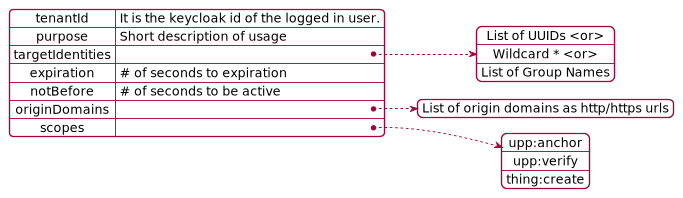
This is DataModel.png from ubirch/ubirch-token-manager, a PlantUML export, as it was before one commit.
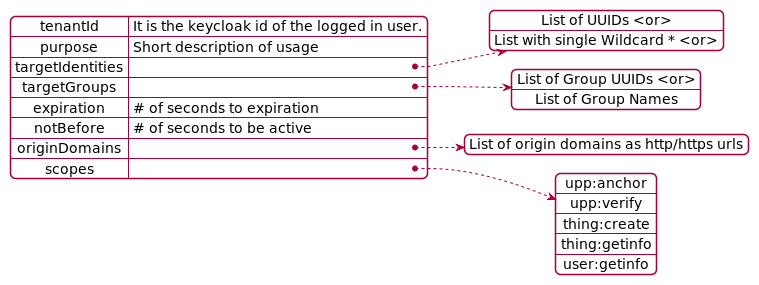
After the commit.

Change to the diagram source:
```diff
@@ -2,10 +2,17 @@
 {
   "tenantId": "It is the keycloak id of the logged in user.",
   "purpose":"Short description of usage",
-  "targetIdentities":["List of UUIDs <or>", "Wildcard * <or>", "List of Group Names"],
+  "targetIdentities":["List of UUIDs <or>", "List with single Wildcard * <or>"],
+  "targetGroups": ["List of Group UUIDs <or>", "List of Group Names"],
   "expiration": "# of seconds to expiration",
   "notBefore": "# of seconds to be active",
   "originDomains": ["List of origin domains as http/https urls"],
-  "scopes": ["upp:anchor","upp:verify","thing:create"]
+  "scopes": [
+    "upp:anchor",
+    "upp:verify",
+    "thing:create",
+    "thing:getinfo",
+    "user:getinfo"
+  ]
 }
 @endjson
```
